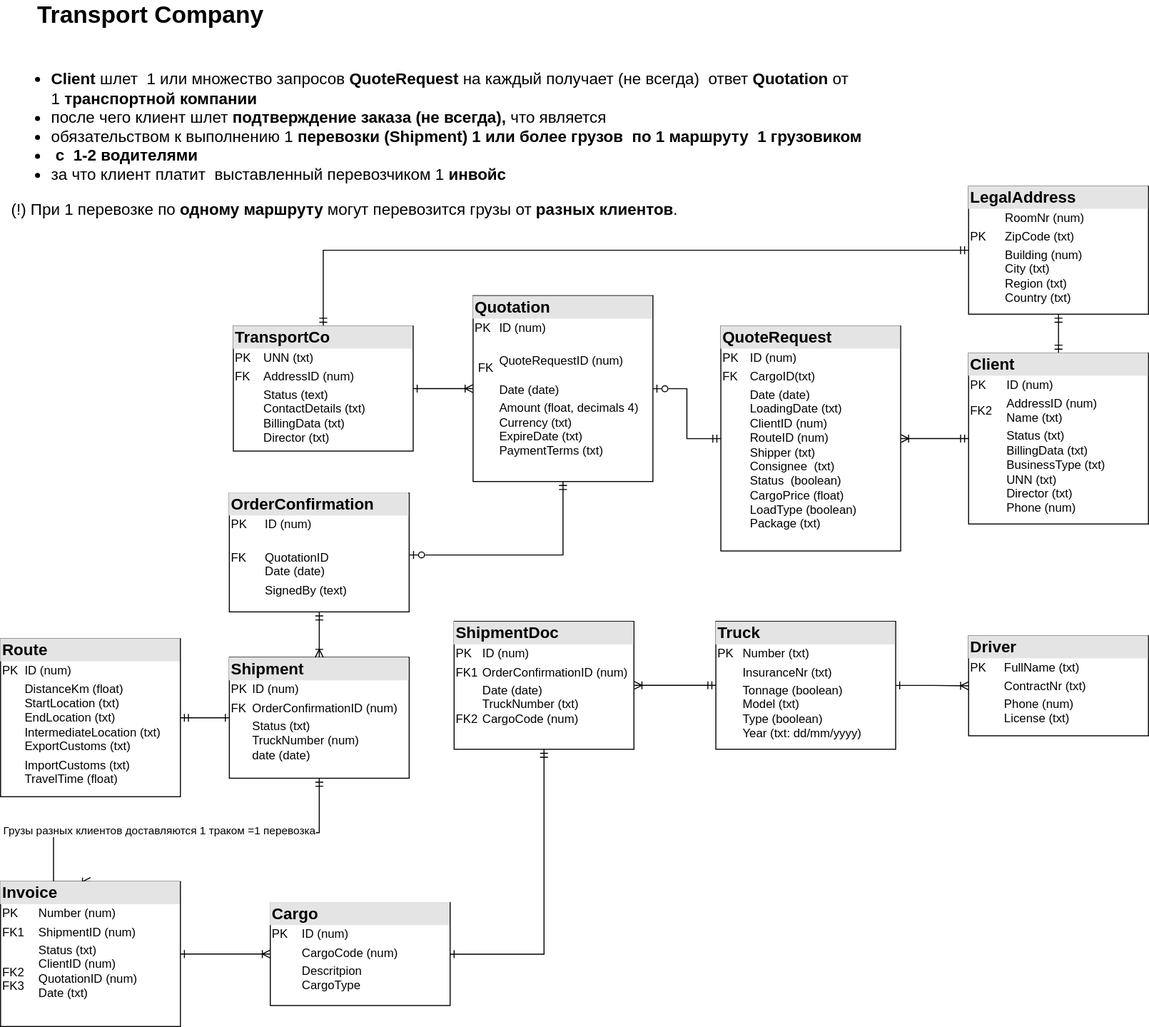
The draw.io diagram ERD_TransportCompany.drawio.svg in natty1978/SQL-Learning, before a commit. Source tidied: cells renumbered, new cells last; positions are measured from the earlier drawing's top-left corner, leaving out a move shared by most shapes.
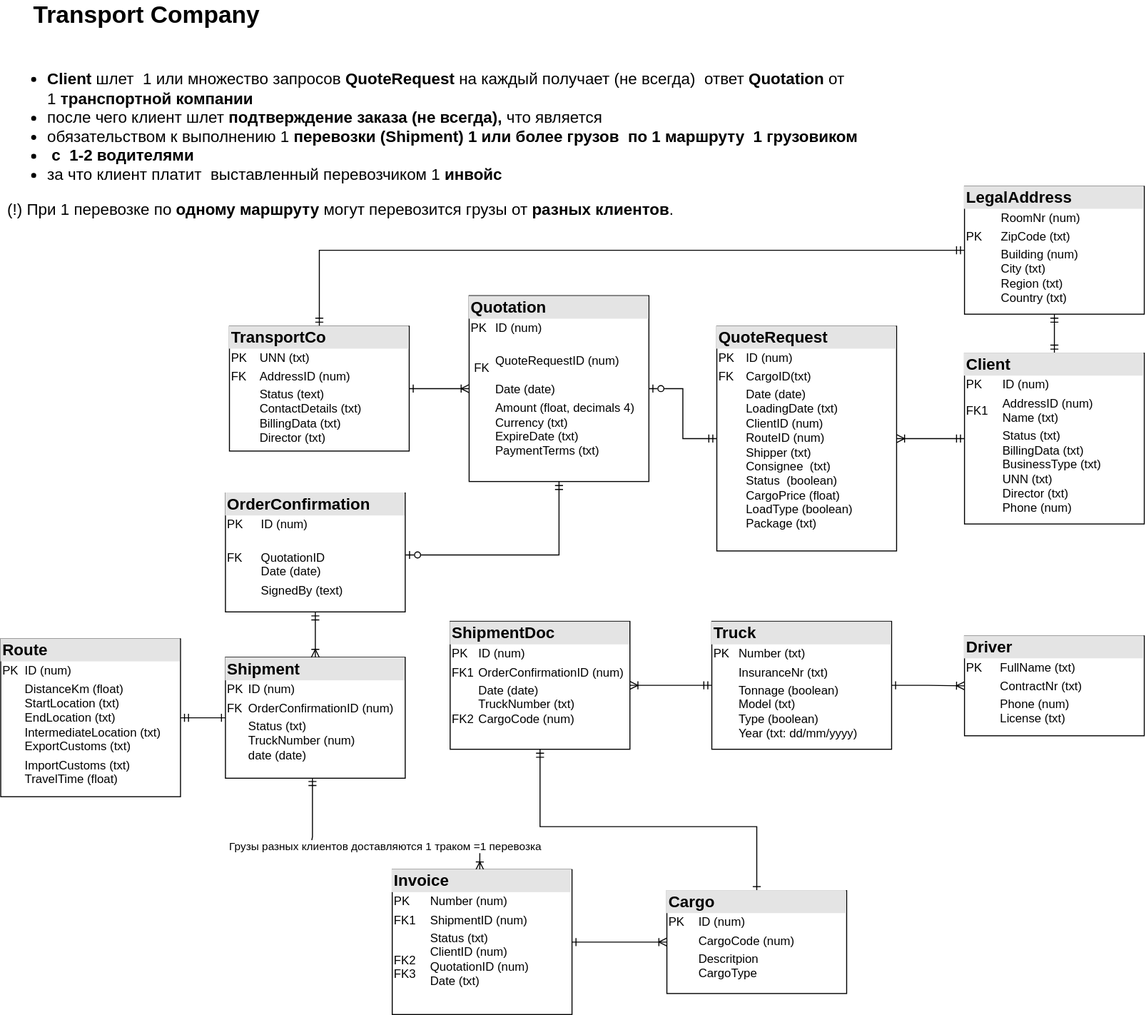
The same diagram one commit later.

Change to the diagram source:
```diff
@@ -8,7 +8,7 @@
     <mxCell id="3" style="edgeStyle=orthogonalEdgeStyle;rounded=0;jettySize=auto;html=1;entryX=0.5;entryY=1;entryDx=0;entryDy=0;endArrow=ERmandOne;endFill=0;startArrow=ERmandOne;startFill=0;" parent="1" edge="1" source="4" target="17">
       <mxGeometry relative="1" as="geometry" />
     </mxCell>
-    <mxCell id="4" value="&lt;div style=&quot;box-sizing:border-box;width:100%;background:#e4e4e4;padding:2px;&quot;&gt;&lt;b&gt;&lt;font style=&quot;font-size: 16px;&quot;&gt;Client&lt;/font&gt;&lt;/b&gt;&lt;/div&gt;&lt;table style=&quot;width:100%;font-size:1em;&quot; cellpadding=&quot;2&quot; cellspacing=&quot;0&quot;&gt;&lt;tbody&gt;&lt;tr&gt;&lt;td&gt;PK&lt;/td&gt;&lt;td&gt;ID (num)&lt;/td&gt;&lt;/tr&gt;&lt;tr&gt;&lt;td&gt;FK2&lt;/td&gt;&lt;td&gt;AddressID (num)&lt;br&gt;Name (txt)&lt;/td&gt;&lt;/tr&gt;&lt;tr&gt;&lt;td&gt;&lt;/td&gt;&lt;td&gt;Status (txt)&lt;br&gt;BillingData (txt)&lt;br&gt;BusinessType (txt)&lt;br&gt;UNN (txt)&lt;br&gt;Director (txt)&lt;br&gt;Phone (num)&lt;br&gt;&lt;br&gt;&lt;/td&gt;&lt;/tr&gt;&lt;/tbody&gt;&lt;/table&gt;" style="verticalAlign=top;align=left;overflow=fill;html=1;whiteSpace=wrap;" parent="1" vertex="1">
+    <mxCell id="4" value="&lt;div style=&quot;box-sizing:border-box;width:100%;background:#e4e4e4;padding:2px;&quot;&gt;&lt;b&gt;&lt;font style=&quot;font-size: 16px;&quot;&gt;Client&lt;/font&gt;&lt;/b&gt;&lt;/div&gt;&lt;table style=&quot;width:100%;font-size:1em;&quot; cellpadding=&quot;2&quot; cellspacing=&quot;0&quot;&gt;&lt;tbody&gt;&lt;tr&gt;&lt;td&gt;PK&lt;/td&gt;&lt;td&gt;ID (num)&lt;/td&gt;&lt;/tr&gt;&lt;tr&gt;&lt;td&gt;FK1&lt;/td&gt;&lt;td&gt;AddressID (num)&lt;br&gt;Name (txt)&lt;/td&gt;&lt;/tr&gt;&lt;tr&gt;&lt;td&gt;&lt;/td&gt;&lt;td&gt;Status (txt)&lt;br&gt;BillingData (txt)&lt;br&gt;BusinessType (txt)&lt;br&gt;UNN (txt)&lt;br&gt;Director (txt)&lt;br&gt;Phone (num)&lt;br&gt;&lt;br&gt;&lt;/td&gt;&lt;/tr&gt;&lt;/tbody&gt;&lt;/table&gt;" style="verticalAlign=top;align=left;overflow=fill;html=1;whiteSpace=wrap;" parent="1" vertex="1">
       <mxGeometry x="969" y="353" width="180" height="171" as="geometry" />
     </mxCell>
     <mxCell id="5" style="edgeStyle=orthogonalEdgeStyle;rounded=0;jettySize=auto;html=1;entryX=1;entryY=0.5;entryDx=0;entryDy=0;endArrow=ERoneToMany;endFill=0;startArrow=ERmandOne;startFill=0;" parent="1" edge="1" source="7" target="12">
@@ -31,7 +31,7 @@
       <mxGeometry x="233" y="326" width="180" height="125" as="geometry" />
     </mxCell>
     <mxCell id="10" value="&lt;div style=&quot;box-sizing:border-box;width:100%;background:#e4e4e4;padding:2px;&quot;&gt;&lt;span style=&quot;font-size: 16px;&quot;&gt;&lt;b&gt;Route&lt;/b&gt;&lt;/span&gt;&lt;/div&gt;&lt;table style=&quot;width:100%;font-size:1em;&quot; cellpadding=&quot;2&quot; cellspacing=&quot;0&quot;&gt;&lt;tbody&gt;&lt;tr&gt;&lt;td&gt;PK&lt;/td&gt;&lt;td&gt;ID (num)&lt;br&gt;&lt;/td&gt;&lt;/tr&gt;&lt;tr&gt;&lt;td&gt;&lt;br&gt;&lt;/td&gt;&lt;td&gt;DistanceKm (float)&lt;br&gt;StartLocation (txt)&lt;br&gt;EndLocation (txt)&lt;br&gt;IntermediateLocation (txt)&lt;br&gt;ExportCustoms (txt)&lt;/td&gt;&lt;/tr&gt;&lt;tr&gt;&lt;td&gt;&lt;br&gt;&lt;/td&gt;&lt;td&gt;ImportCustoms (txt)&lt;br&gt;TravelTime (float)&lt;/td&gt;&lt;/tr&gt;&lt;/tbody&gt;&lt;/table&gt;" style="verticalAlign=top;align=left;overflow=fill;html=1;whiteSpace=wrap;" parent="1" vertex="1">
-      <mxGeometry y="639" width="180" height="158" as="geometry" />
+      <mxGeometry x="4" y="639" width="180" height="158" as="geometry" />
     </mxCell>
     <mxCell id="11" value="&lt;div style=&quot;box-sizing:border-box;width:100%;background:#e4e4e4;padding:2px;&quot;&gt;&lt;b&gt;&lt;font style=&quot;font-size: 16px;&quot;&gt;Driver&lt;/font&gt;&lt;/b&gt;&lt;/div&gt;&lt;table style=&quot;width:100%;font-size:1em;&quot; cellpadding=&quot;2&quot; cellspacing=&quot;0&quot;&gt;&lt;tbody&gt;&lt;tr&gt;&lt;td&gt;PK&lt;/td&gt;&lt;td&gt;FullName (txt)&lt;/td&gt;&lt;/tr&gt;&lt;tr&gt;&lt;td&gt;&lt;br&gt;&lt;/td&gt;&lt;td&gt;ContractNr (txt)&lt;br&gt;&lt;/td&gt;&lt;/tr&gt;&lt;tr&gt;&lt;td&gt;&lt;/td&gt;&lt;td&gt;Phone (num)&lt;br&gt;License (txt)&lt;br&gt;&lt;br&gt;&lt;/td&gt;&lt;/tr&gt;&lt;/tbody&gt;&lt;/table&gt;" style="verticalAlign=top;align=left;overflow=fill;html=1;whiteSpace=wrap;" parent="1" vertex="1">
       <mxGeometry x="969" y="636" width="180" height="100" as="geometry" />
@@ -42,11 +42,13 @@
     <mxCell id="13" style="edgeStyle=orthogonalEdgeStyle;rounded=0;jettySize=auto;html=1;entryX=1;entryY=0.5;entryDx=0;entryDy=0;endArrow=ERmandOne;endFill=0;startArrow=ERone;startFill=0;" parent="1" edge="1" source="16" target="10">
       <mxGeometry relative="1" as="geometry" />
     </mxCell>
-    <mxCell id="14" style="edgeStyle=orthogonalEdgeStyle;rounded=0;jettySize=auto;html=1;endArrow=ERoneToMany;endFill=0;startArrow=ERmandOne;startFill=0;entryX=0.5;entryY=0;entryDx=0;entryDy=0;" parent="1" edge="1" source="16" target="25">
+    <mxCell id="14" style="edgeStyle=orthogonalEdgeStyle;rounded=0;jettySize=auto;html=1;endArrow=ERoneToMany;endFill=0;startArrow=ERmandOne;startFill=0;entryX=0.487;entryY=0.002;entryDx=0;entryDy=0;exitX=0.484;exitY=0.994;exitDx=0;exitDy=0;exitPerimeter=0;entryPerimeter=0;" parent="1" edge="1" source="16" target="25">
       <mxGeometry relative="1" as="geometry">
         <Array as="points">
-          <mxPoint x="319" y="833" />
-          <mxPoint x="53" y="833" />
+          <mxPoint x="316" y="837" />
+          <mxPoint x="315" y="837" />
+          <mxPoint x="315" y="843" />
+          <mxPoint x="484" y="843" />
         </Array>
       </mxGeometry>
     </mxCell>
@@ -60,10 +62,15 @@
       <mxGeometry x="969" y="186" width="180" height="128" as="geometry" />
     </mxCell>
     <mxCell id="18" style="edgeStyle=orthogonalEdgeStyle;rounded=0;jettySize=auto;html=1;entryX=0.5;entryY=1;entryDx=0;entryDy=0;startArrow=ERone;startFill=0;endArrow=ERmandOne;endFill=0;" parent="1" edge="1" source="19" target="12">
-      <mxGeometry relative="1" as="geometry" />
+      <mxGeometry relative="1" as="geometry">
+        <Array as="points">
+          <mxPoint x="761" y="827" />
+          <mxPoint x="544" y="827" />
+        </Array>
+      </mxGeometry>
     </mxCell>
     <mxCell id="19" value="&lt;div style=&quot;box-sizing:border-box;width:100%;background:#e4e4e4;padding:2px;&quot;&gt;&lt;span style=&quot;font-size: 16px;&quot;&gt;&lt;b&gt;Cargo&lt;/b&gt;&lt;/span&gt;&lt;/div&gt;&lt;table style=&quot;width:100%;font-size:1em;&quot; cellpadding=&quot;2&quot; cellspacing=&quot;0&quot;&gt;&lt;tbody&gt;&lt;tr&gt;&lt;td&gt;PK&lt;/td&gt;&lt;td&gt;ID (num)&lt;/td&gt;&lt;/tr&gt;&lt;tr&gt;&lt;td&gt;&lt;br&gt;&lt;/td&gt;&lt;td&gt;CargoCode (num)&lt;br&gt;&lt;/td&gt;&lt;/tr&gt;&lt;tr&gt;&lt;td&gt;&lt;br&gt;&lt;/td&gt;&lt;td&gt;Descritpion&lt;br&gt;CargoType&lt;br&gt;&lt;br&gt;&lt;/td&gt;&lt;/tr&gt;&lt;/tbody&gt;&lt;/table&gt;" style="verticalAlign=top;align=left;overflow=fill;html=1;whiteSpace=wrap;" parent="1" vertex="1">
-      <mxGeometry x="270" y="903" width="180" height="103" as="geometry" />
+      <mxGeometry x="671" y="891" width="180" height="103" as="geometry" />
     </mxCell>
     <mxCell id="20" style="edgeStyle=orthogonalEdgeStyle;rounded=0;jettySize=auto;html=1;endArrow=ERzeroToOne;endFill=0;startArrow=ERmandOne;startFill=0;" parent="1" edge="1" source="21" target="23">
       <mxGeometry relative="1" as="geometry" />
@@ -81,7 +88,7 @@
       <mxGeometry relative="1" as="geometry" />
     </mxCell>
     <mxCell id="25" value="&lt;div style=&quot;box-sizing:border-box;width:100%;background:#e4e4e4;padding:2px;&quot;&gt;&lt;b&gt;&lt;font style=&quot;font-size: 16px;&quot;&gt;Invoice&lt;/font&gt;&lt;/b&gt;&lt;/div&gt;&lt;table style=&quot;width:100%;font-size:1em;&quot; cellpadding=&quot;2&quot; cellspacing=&quot;0&quot;&gt;&lt;tbody&gt;&lt;tr&gt;&lt;td&gt;PK&lt;br&gt;&lt;/td&gt;&lt;td&gt;Number (num)&lt;/td&gt;&lt;/tr&gt;&lt;tr&gt;&lt;td&gt;FK1&lt;br&gt;&lt;/td&gt;&lt;td&gt;ShipmentID (num)&lt;br&gt;&lt;/td&gt;&lt;/tr&gt;&lt;tr&gt;&lt;td&gt;FK2&lt;br&gt;FK3&lt;/td&gt;&lt;td&gt;Status (txt)&lt;br&gt;ClientID (num)&lt;br&gt;QuotationID (num)&lt;br&gt;Date (txt)&lt;br&gt;&lt;br&gt;&lt;/td&gt;&lt;/tr&gt;&lt;/tbody&gt;&lt;/table&gt;" style="verticalAlign=top;align=left;overflow=fill;html=1;whiteSpace=wrap;" parent="1" vertex="1">
-      <mxGeometry y="882" width="180" height="145" as="geometry" />
+      <mxGeometry x="396" y="870" width="180" height="145" as="geometry" />
     </mxCell>
     <mxCell id="26" value="&lt;div style=&quot;font-size: 16px;&quot;&gt;&lt;ul&gt;&lt;li&gt;&lt;span style=&quot;background-color: initial;&quot;&gt;&lt;font style=&quot;font-size: 16px;&quot;&gt;&lt;b&gt;Client&lt;/b&gt;&amp;nbsp;шлет&amp;nbsp; &lt;/font&gt;&lt;/span&gt;&lt;font style=&quot;background-color: initial;&quot;&gt;1 или множество запросов&lt;b&gt;&amp;nbsp;&lt;/b&gt;&lt;/font&gt;&lt;b style=&quot;background-color: initial; border-color: var(--border-color);&quot;&gt;QuoteRequest&amp;nbsp;&lt;/b&gt;на каждый получает&lt;b style=&quot;background-color: initial;&quot;&gt;&amp;nbsp;&lt;/b&gt;&lt;span style=&quot;background-color: initial;&quot;&gt;(не всегда)&amp;nbsp; ответ &lt;/span&gt;&lt;b style=&quot;background-color: initial;&quot;&gt;Quotation&amp;nbsp;&lt;/b&gt;&lt;span style=&quot;background-color: initial;&quot;&gt;от 1&amp;nbsp;&lt;/span&gt;&lt;b style=&quot;background-color: initial;&quot;&gt;транспортной компании&amp;nbsp;&lt;/b&gt;&lt;/li&gt;&lt;li&gt;после чего клиент шлет&lt;b style=&quot;background-color: initial;&quot;&gt; подтверждение заказа (не всегда), &lt;/b&gt;&lt;span style=&quot;background-color: initial;&quot;&gt;что является&lt;/span&gt;&lt;/li&gt;&lt;li&gt;&lt;span style=&quot;background-color: initial;&quot;&gt;обязательством к выполнению 1&amp;nbsp;&lt;/span&gt;&lt;b style=&quot;background-color: initial;&quot;&gt;перевозки (Shipment)&amp;nbsp;&lt;/b&gt;&lt;b style=&quot;background-color: initial;&quot;&gt;1 или более грузов&amp;nbsp;&amp;nbsp;&lt;/b&gt;&lt;b style=&quot;background-color: initial;&quot;&gt;по 1 маршруту&amp;nbsp;&amp;nbsp;&lt;/b&gt;&lt;b style=&quot;background-color: initial;&quot;&gt;1 грузовиком&amp;nbsp;&lt;/b&gt;&lt;/li&gt;&lt;li&gt;&lt;b style=&quot;background-color: initial;&quot;&gt;&amp;nbsp;с&amp;nbsp; 1-2 водителями&lt;/b&gt;&lt;/li&gt;&lt;li&gt;&lt;span style=&quot;background-color: initial;&quot;&gt;за что клиент платит&amp;nbsp;&lt;/span&gt;&lt;span style=&quot;background-color: initial; border-color: var(--border-color);&quot;&gt;&amp;nbsp;выставленный перевозчиком 1&lt;/span&gt;&lt;b style=&quot;background-color: initial; border-color: var(--border-color);&quot;&gt;&amp;nbsp;&lt;/b&gt;&lt;b style=&quot;background-color: initial;&quot;&gt;инвойс&lt;/b&gt;&lt;/li&gt;&lt;/ul&gt;&lt;/div&gt;&lt;font style=&quot;&quot;&gt;&lt;span style=&quot;font-size: 16px;&quot;&gt;&lt;div style=&quot;&quot;&gt;&lt;span style=&quot;background-color: initial;&quot;&gt;(!) При 1 перевозке по &lt;b&gt;одному маршруту&lt;/b&gt; могут перевозится грузы от &lt;b&gt;разных клиентов&lt;/b&gt;.&lt;/span&gt;&lt;/div&gt;&lt;/span&gt;&lt;/font&gt;" style="text;strokeColor=none;align=left;fillColor=none;html=1;verticalAlign=middle;whiteSpace=wrap;rounded=0;" parent="1" vertex="1">
       <mxGeometry x="9" y="30" width="954" height="212" as="geometry" />
```
